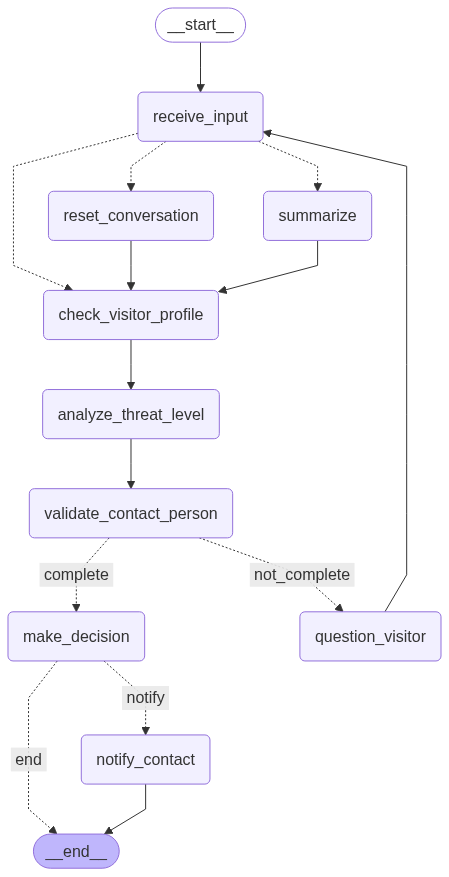
The Mermaid diagram text_agent/security_gate_diagram.png in 01HakanGunes/gatekeeper, before a commit. Its source is kept beside it as text_agent/security_gate_diagram.mmd.
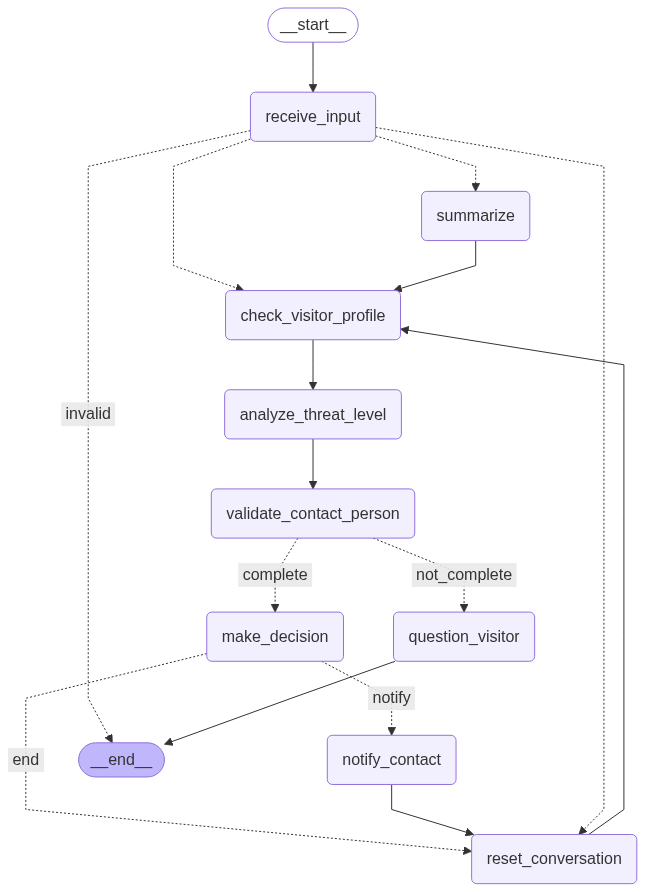
The same file after the commit.

Commit message:
mermaid diagram, reset conversation after final decision

What changed in the source:
```diff
@@ -18,9 +18,10 @@
 	__start__ --> receive_input;
 	analyze_threat_level --> validate_contact_person;
 	check_visitor_profile --> analyze_threat_level;
-	make_decision -. &nbsp;end&nbsp; .-> __end__;
 	make_decision -. &nbsp;notify&nbsp; .-> notify_contact;
-	question_visitor --> receive_input;
+	make_decision -. &nbsp;end&nbsp; .-> reset_conversation;
+	notify_contact --> reset_conversation;
+	receive_input -. &nbsp;invalid&nbsp; .-> __end__;
 	receive_input -.-> check_visitor_profile;
 	receive_input -.-> reset_conversation;
 	receive_input -.-> summarize;
@@ -28,7 +29,7 @@
 	summarize --> check_visitor_profile;
 	validate_contact_person -. &nbsp;complete&nbsp; .-> make_decision;
 	validate_contact_person -. &nbsp;not_complete&nbsp; .-> question_visitor;
-	notify_contact --> __end__;
+	question_visitor --> __end__;
 	classDef default fill:#f2f0ff,line-height:1.2
 	classDef first fill-opacity:0
 	classDef last fill:#bfb6fc
```
